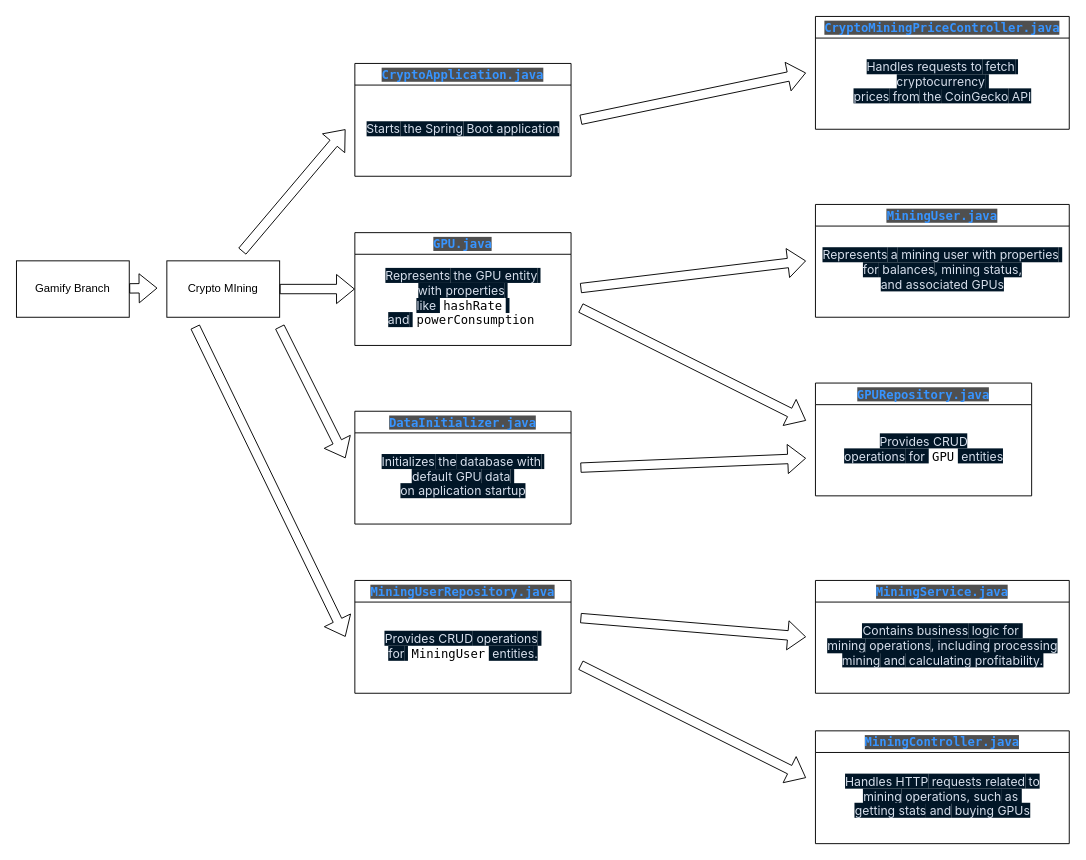
Before: _notebooks/heehehahha.drawio in JasonGuan1012/jgCSA_2025, a draw.io diagram. Source tidied: cells renumbered, new cells numbered last; positions are measured from the earlier drawing's top-left corner, leaving out a move shared by most shapes. Both pictures are drawn from the tidied source at 94%, with x=0, y=0 at pixel (16, 16).
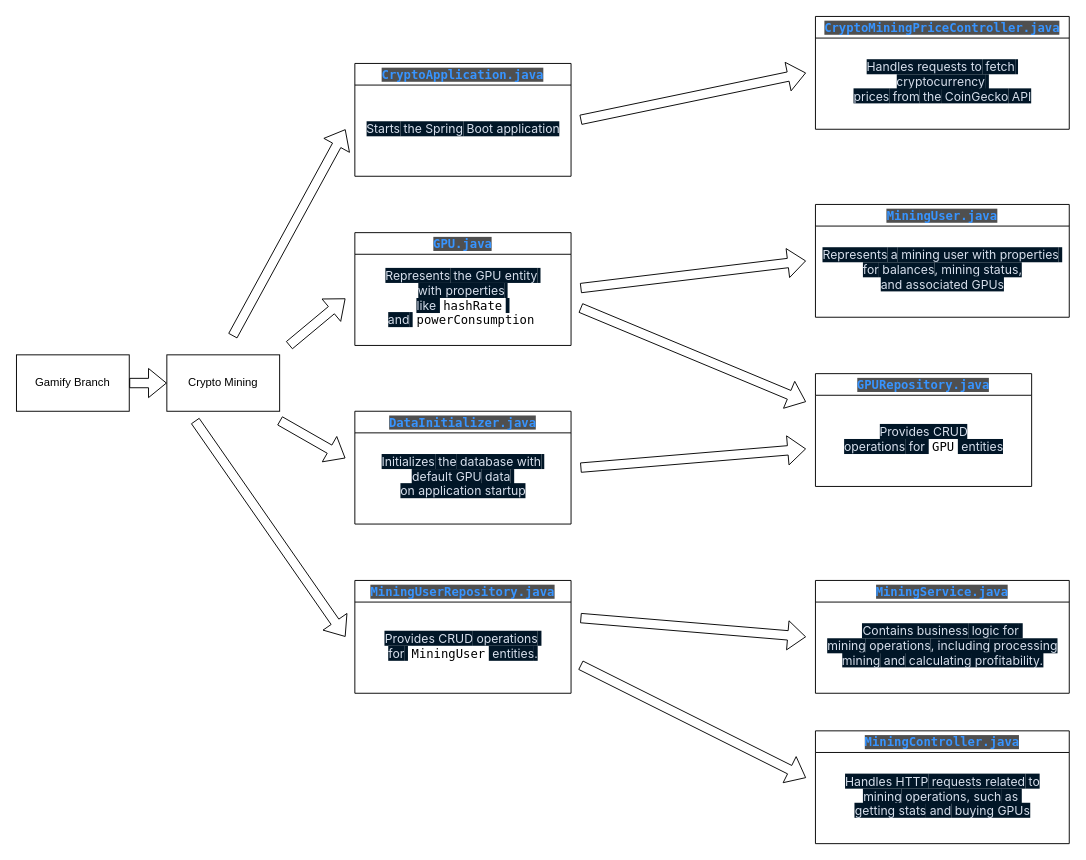
After the change.

The change refers to these unchanged cells:
```xml
<mxCell id="9" value="&lt;span style=&quot;color: rgb(55, 148, 255); font-family: Menlo, Monaco, &amp;quot;Courier New&amp;quot;, monospace; font-size: 13px; text-align: start; background-color: rgb(79, 79, 79);&quot;&gt;GPU.java&lt;/span&gt;" style="swimlane;whiteSpace=wrap;html=1;" parent="1" vertex="1">
  <mxGeometry x="360" y="230" width="230" height="120" as="geometry" />
</mxCell>
```

The edit, as a diff of the source:
```diff
@@
     <mxCell id="2" value="Gamify Branch" style="rounded=0;whiteSpace=wrap;html=1;" parent="1" vertex="1">
-      <mxGeometry y="260" width="120" height="60" as="geometry" />
+      <mxGeometry y="360" width="120" height="60" as="geometry" />
     </mxCell>
-    <mxCell id="3" value="Crypto MIning" style="rounded=0;whiteSpace=wrap;html=1;" parent="1" vertex="1">
-      <mxGeometry x="160" y="260" width="120" height="60" as="geometry" />
+    <mxCell id="3" value="Crypto Mining" style="rounded=0;whiteSpace=wrap;html=1;" parent="1" vertex="1">
+      <mxGeometry x="160" y="360" width="120" height="60" as="geometry" />
     </mxCell>
@@
     <mxCell id="11" style="shape=flexArrow;endArrow=classic;html=1;" parent="1" edge="1">
       <mxGeometry relative="1" as="geometry">
-        <mxPoint x="240" y="250" as="sourcePoint" />
+        <mxPoint x="230" y="340" as="sourcePoint" />
         <mxPoint x="350" y="120" as="targetPoint" />
       </mxGeometry>
     </mxCell>
-    <mxCell id="12" style="shape=flexArrow;endArrow=classic;html=1;entryX=0;entryY=0.5;entryDx=0;entryDy=0;" parent="1" edge="1" target="9">
+    <mxCell id="12" style="shape=flexArrow;endArrow=classic;html=1;" parent="1" edge="1">
       <mxGeometry relative="1" as="geometry">
-        <mxPoint x="280" y="290" as="sourcePoint" />
+        <mxPoint x="290" y="350" as="sourcePoint" />
+        <mxPoint x="350" y="300" as="targetPoint" />
       </mxGeometry>
     </mxCell>
@@
     <mxCell id="21" style="shape=flexArrow;endArrow=classic;html=1;" parent="1" edge="1">
       <mxGeometry relative="1" as="geometry">
-        <mxPoint x="190" y="330" as="sourcePoint" />
+        <mxPoint x="190" y="430" as="sourcePoint" />
         <mxPoint x="350" y="660" as="targetPoint" />
       </mxGeometry>
     </mxCell>
@@
     <mxCell id="27" value="&lt;span style=&quot;color: rgb(55, 148, 255); font-family: Menlo, Monaco, &amp;quot;Courier New&amp;quot;, monospace; font-size: 13px; text-align: start; background-color: rgb(79, 79, 79);&quot;&gt;GPURepository.java&lt;/span&gt;" style="swimlane;whiteSpace=wrap;html=1;" parent="1" vertex="1">
-      <mxGeometry x="850" y="390" width="230" height="120" as="geometry" />
+      <mxGeometry x="850" y="380" width="230" height="120" as="geometry" />
     </mxCell>
@@
     <mxCell id="29" style="shape=flexArrow;endArrow=classic;html=1;" parent="1" edge="1">
       <mxGeometry relative="1" as="geometry">
         <mxPoint x="600" y="310" as="sourcePoint" />
-        <mxPoint x="840" y="430" as="targetPoint" />
+        <mxPoint x="840" y="410" as="targetPoint" />
       </mxGeometry>
     </mxCell>
     <mxCell id="30" style="shape=flexArrow;endArrow=classic;html=1;" parent="1" edge="1">
       <mxGeometry relative="1" as="geometry">
-        <mxPoint x="280" y="330" as="sourcePoint" />
+        <mxPoint x="280" y="430" as="sourcePoint" />
         <mxPoint x="350" y="470" as="targetPoint" />
       </mxGeometry>
     </mxCell>
     <mxCell id="31" style="shape=flexArrow;endArrow=classic;html=1;" parent="1" edge="1">
       <mxGeometry relative="1" as="geometry">
         <mxPoint x="600" y="480" as="sourcePoint" />
-        <mxPoint x="840" y="470" as="targetPoint" />
+        <mxPoint x="840" y="460" as="targetPoint" />
       </mxGeometry>
     </mxCell>
-    <mxCell id="32" style="shape=flexArrow;endArrow=classic;html=1;" parent="1" edge="1">
-      <mxGeometry relative="1" as="geometry">
-        <mxPoint x="120" y="289.3" as="sourcePoint" />
-        <mxPoint x="150" y="289" as="targetPoint" />
-      </mxGeometry>
+    <mxCell id="32" style="shape=flexArrow;endArrow=classic;html=1;entryX=0;entryY=0.5;entryDx=0;entryDy=0;exitX=1;exitY=0.5;exitDx=0;exitDy=0;" parent="1" edge="1" source="2" target="3">
+      <mxGeometry relative="1" as="geometry" />
     </mxCell>
```
